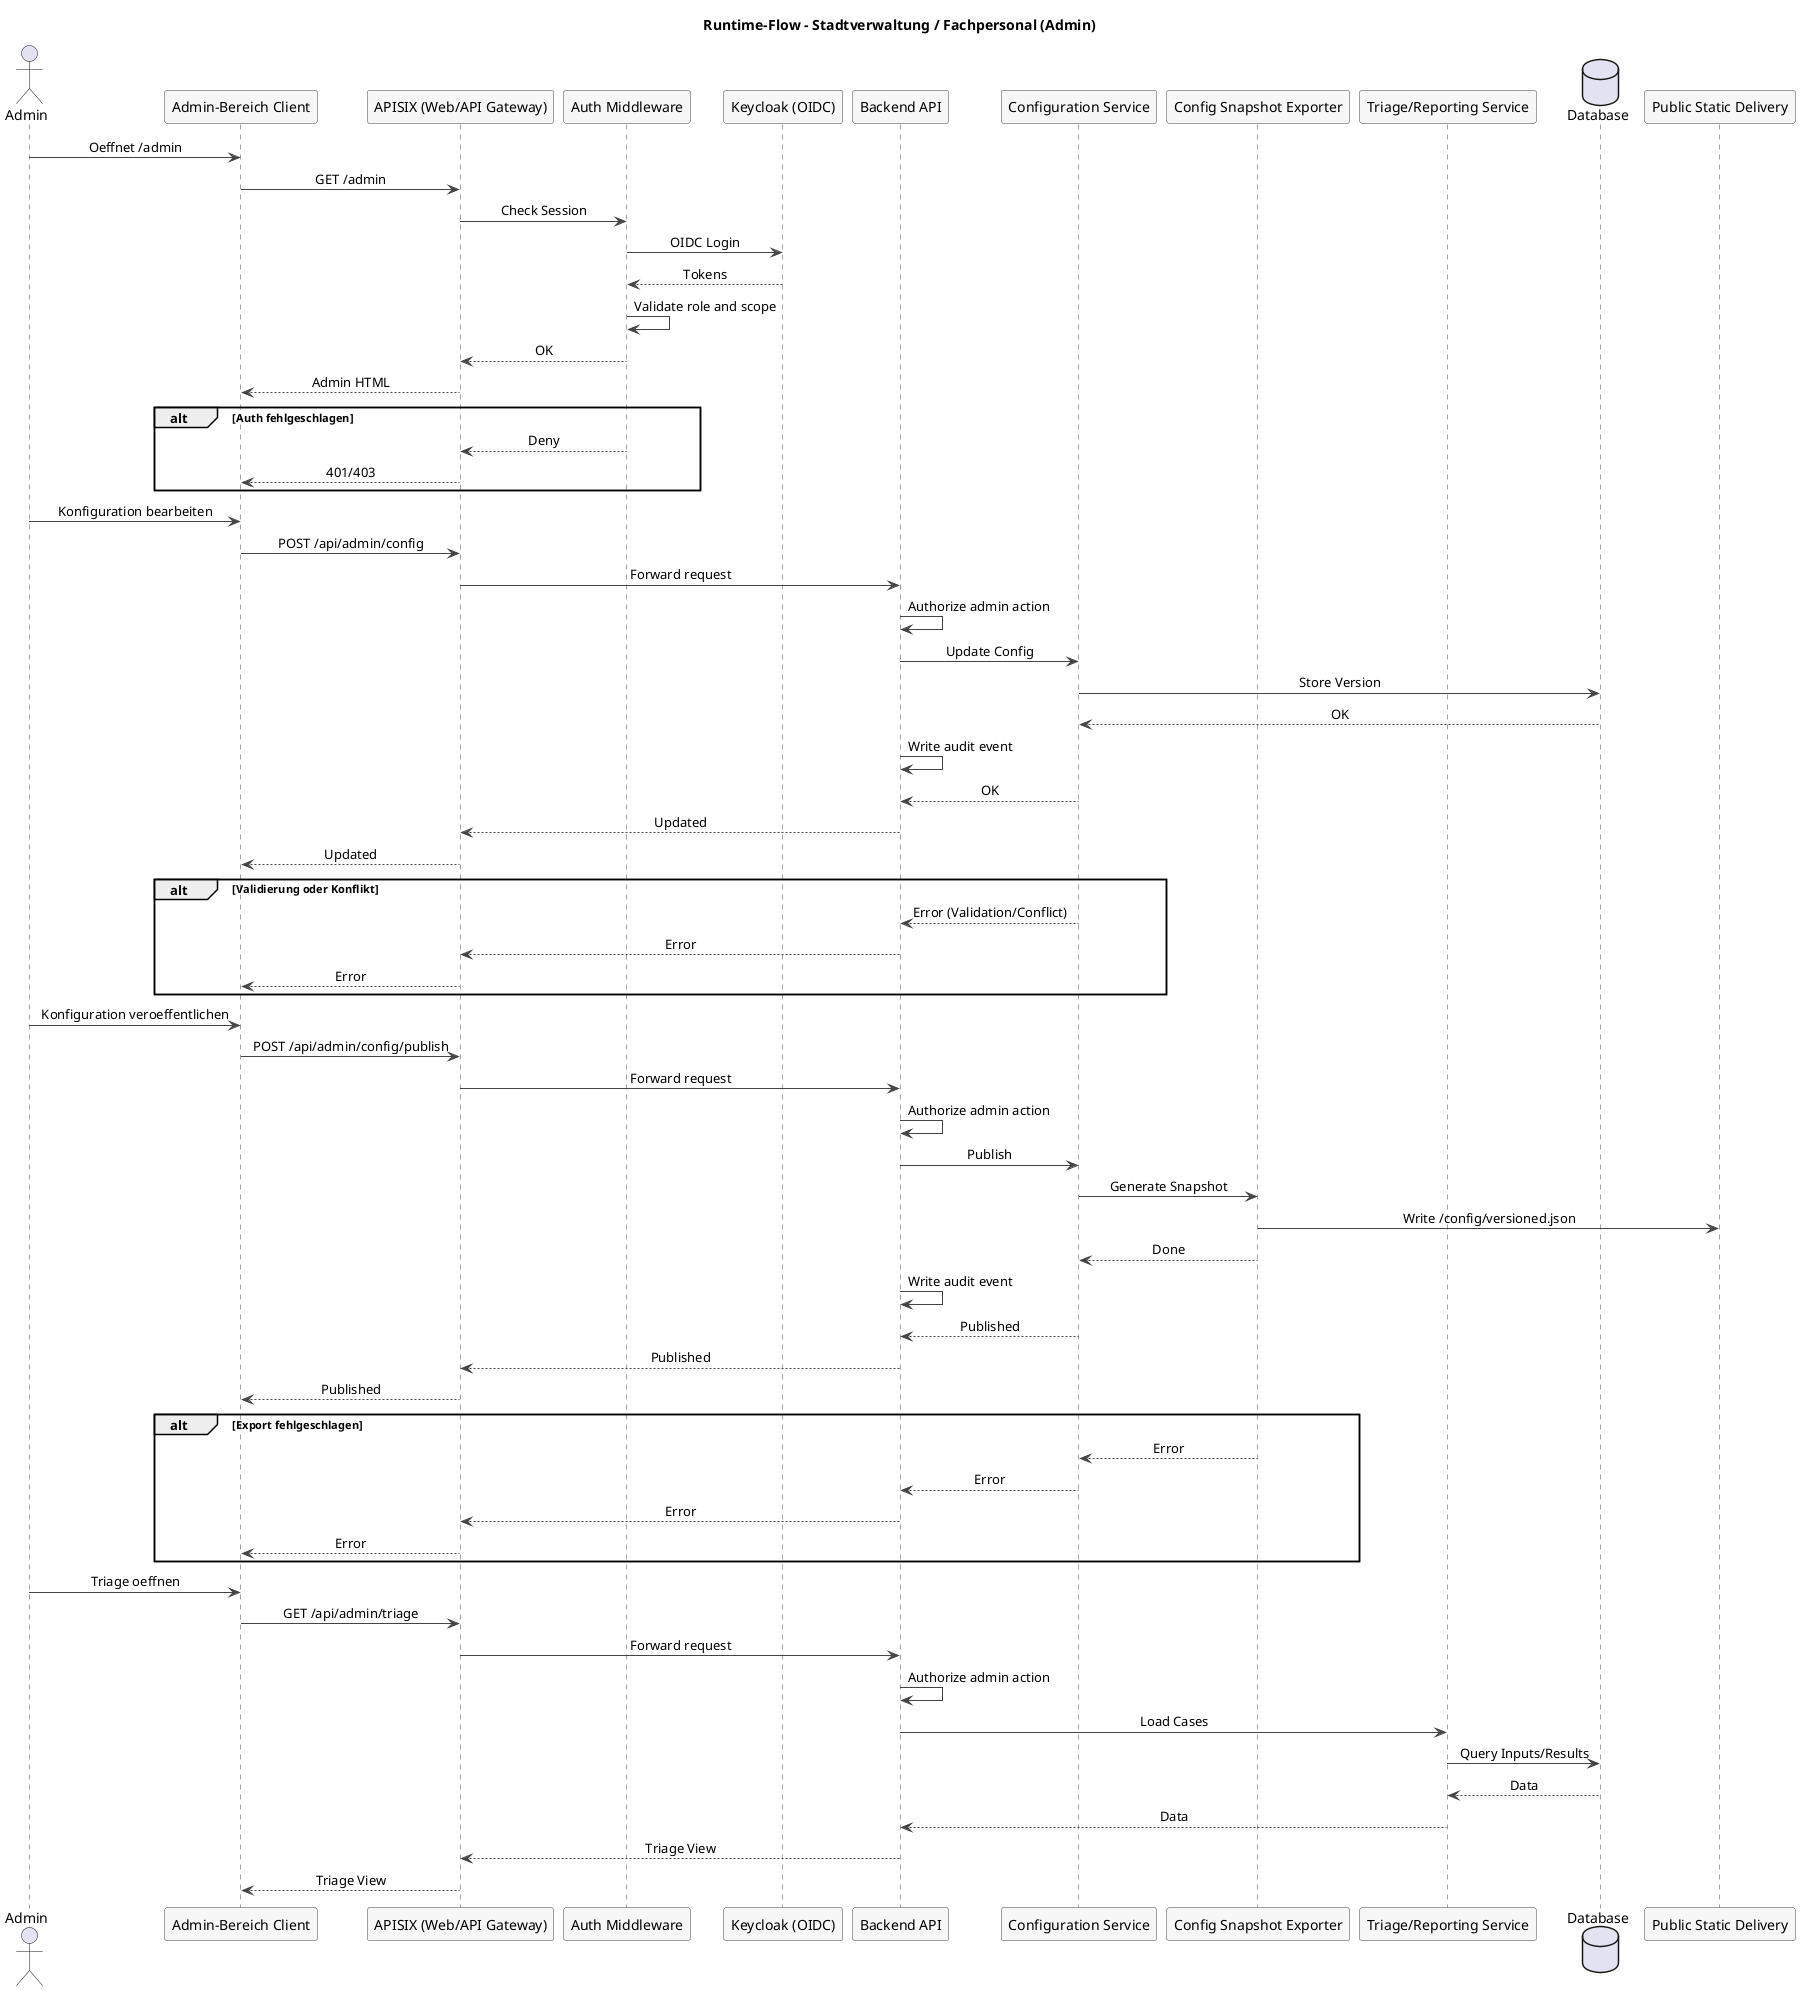
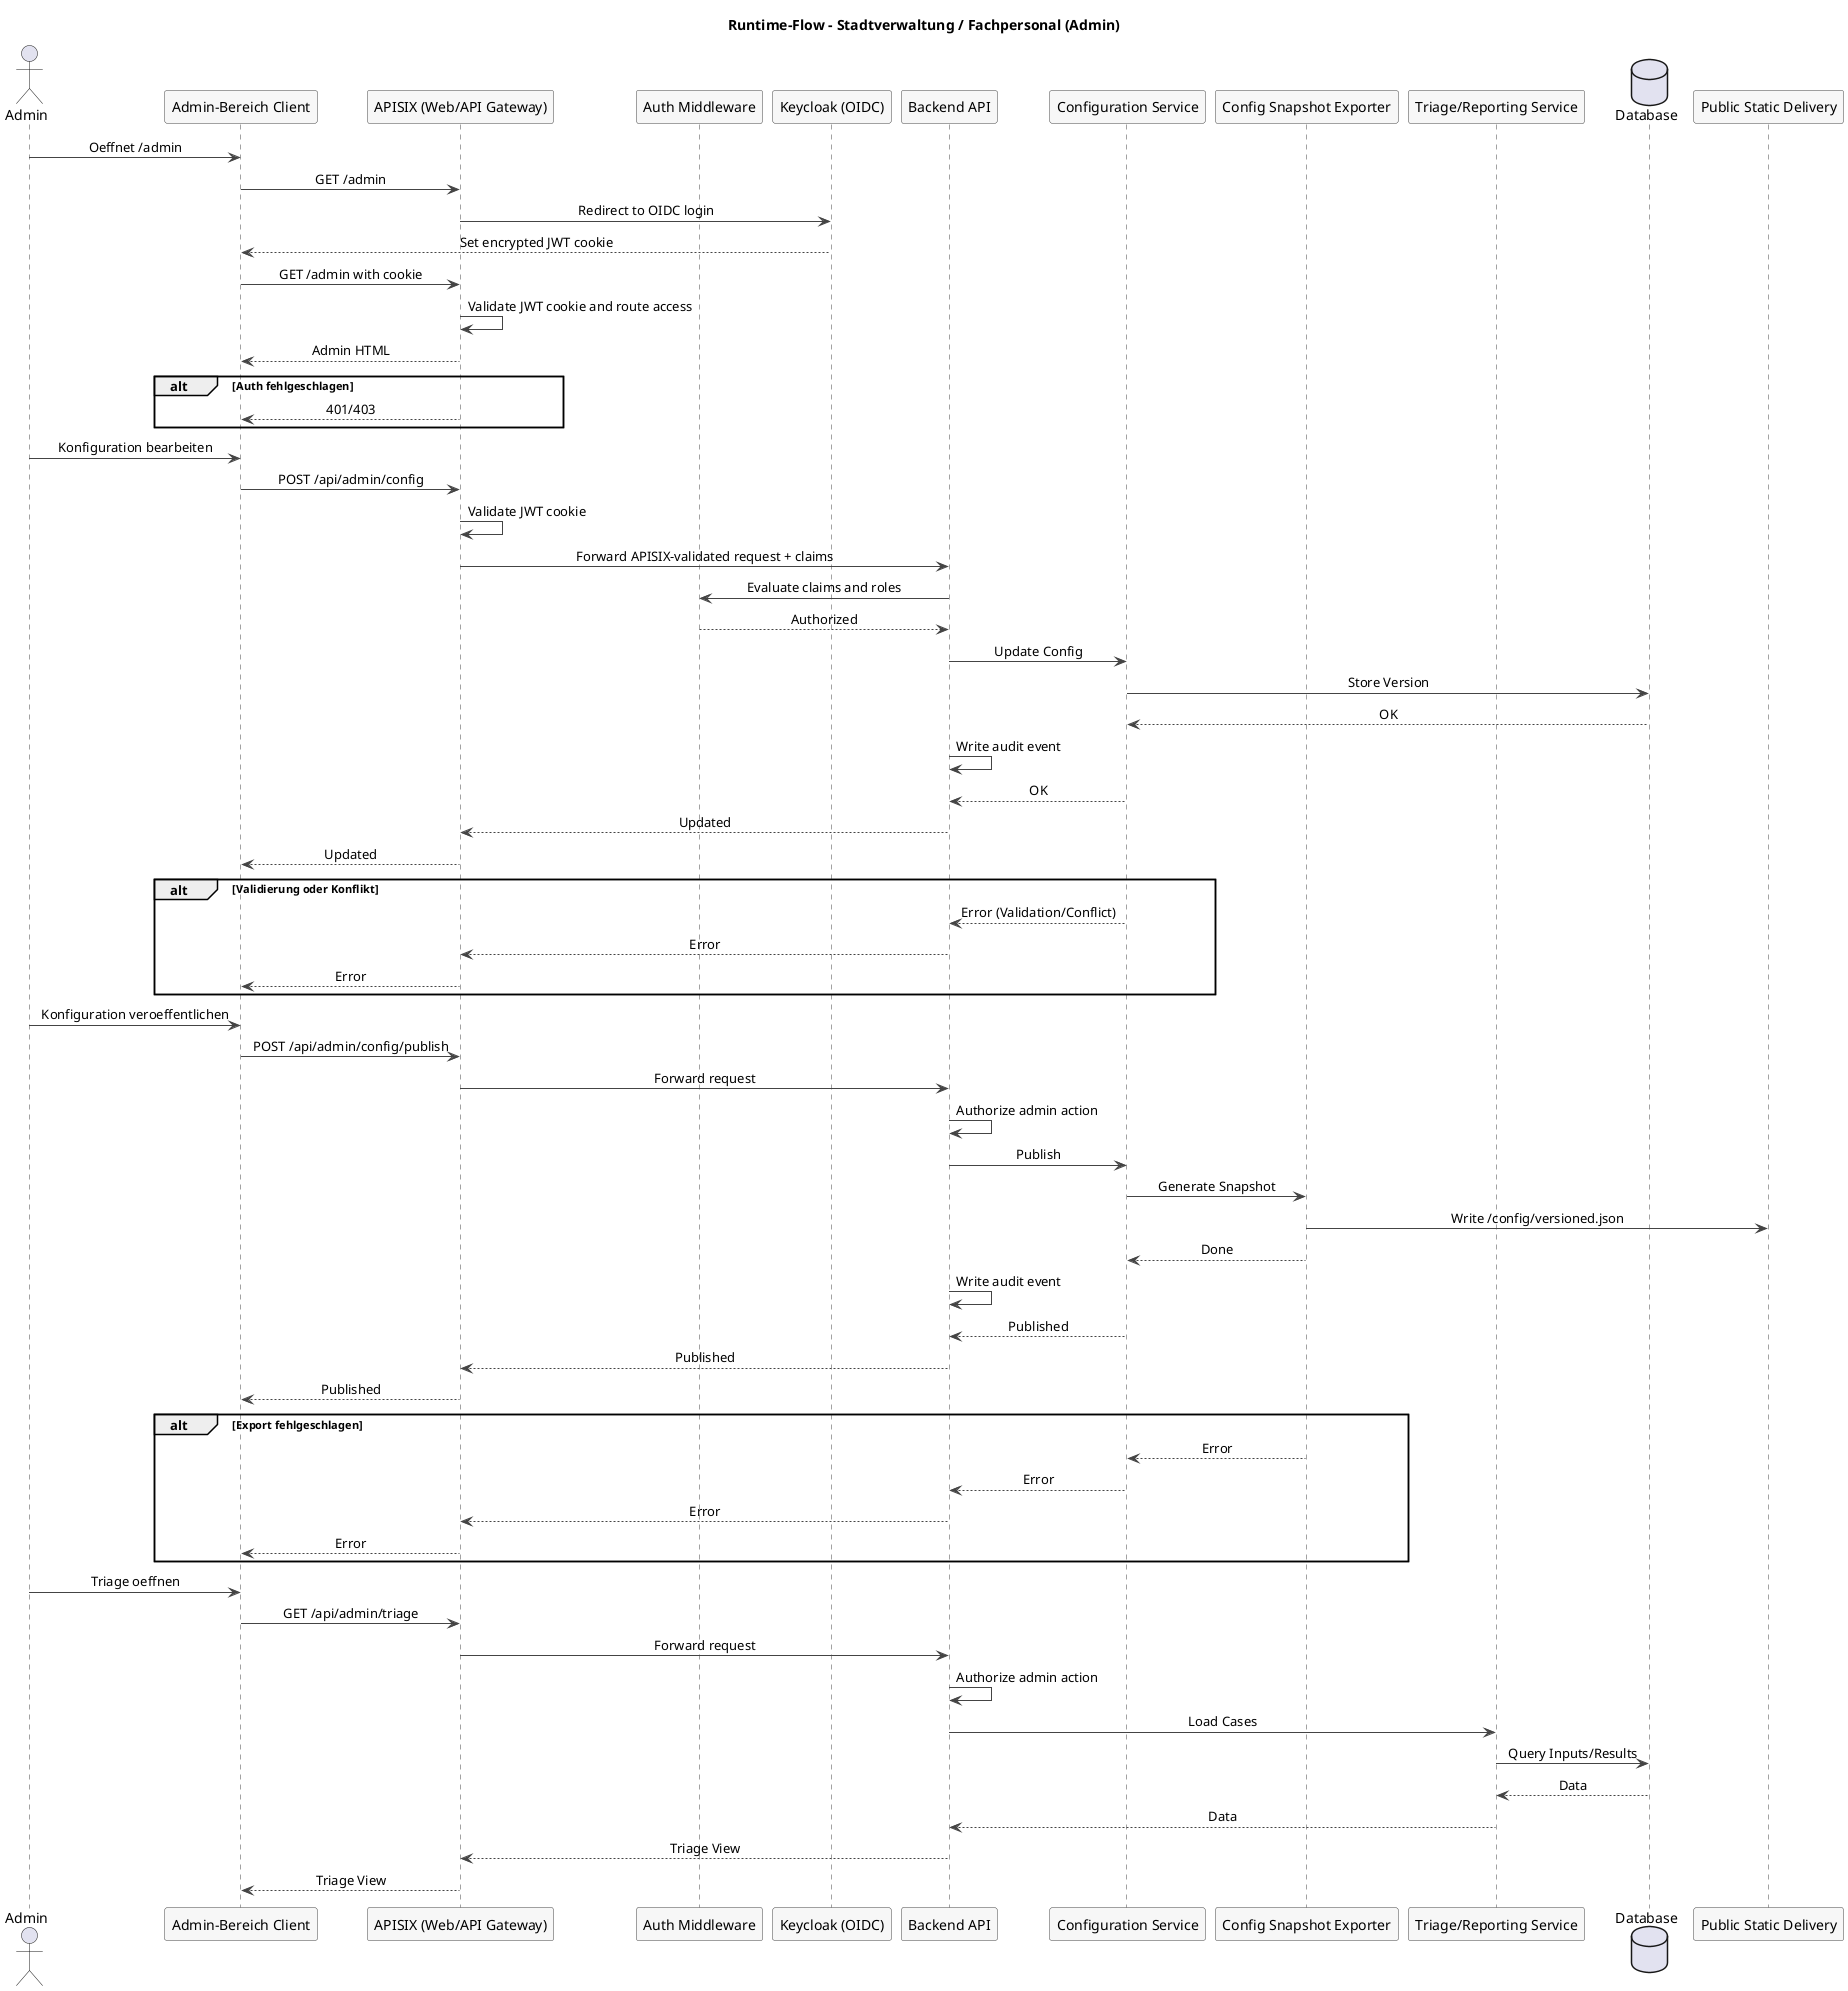
﻿@startuml
skinparam sequenceMessageAlign center
skinparam responseMessageBelowArrow true
skinparam sequence {
  ParticipantBorderColor #444444
  ParticipantBackgroundColor #F7F7F7
  LifeLineBorderColor #444444
  ArrowColor #444444
  NoteBorderColor #444444
  NoteBackgroundColor #F7F7F7
}

title Runtime-Flow - Stadtverwaltung / Fachpersonal (Admin)

actor Admin as admin
participant "Admin-Bereich Client" as client
participant "APISIX (Web/API Gateway)" as gateway
participant "Auth Middleware" as auth
participant "Keycloak (OIDC)" as keycloak
participant "Backend API" as api
participant "Configuration Service" as config
participant "Config Snapshot Exporter" as export
participant "Triage/Reporting Service" as triage
database "Database" as db
participant "Public Static Delivery" as public_static

admin -> client: Oeffnet /admin
client -> gateway: GET /admin
- gateway -> auth: Check Session
- auth -> keycloak: OIDC Login
- keycloak --> auth: Tokens
- auth -> auth: Validate role and scope
- auth --> gateway: OK
+ gateway -> keycloak: Redirect to OIDC login
+ keycloak --> client: Set encrypted JWT cookie
+ client -> gateway: GET /admin with cookie
+ gateway -> gateway: Validate JWT cookie and route access
gateway --> client: Admin HTML

alt Auth fehlgeschlagen
-   auth --> gateway: Deny
  gateway --> client: 401/403
end

admin -> client: Konfiguration bearbeiten
client -> gateway: POST /api/admin/config
- gateway -> api: Forward request
- api -> api: Authorize admin action
+ gateway -> gateway: Validate JWT cookie
+ gateway -> api: Forward APISIX-validated request + claims
+ api -> auth: Evaluate claims and roles
+ auth --> api: Authorized
api -> config: Update Config
config -> db: Store Version
db --> config: OK
api -> api: Write audit event
config --> api: OK
api --> gateway: Updated
gateway --> client: Updated

alt Validierung oder Konflikt
  config --> api: Error (Validation/Conflict)
  api --> gateway: Error
  gateway --> client: Error
end

admin -> client: Konfiguration veroeffentlichen
client -> gateway: POST /api/admin/config/publish
gateway -> api: Forward request
api -> api: Authorize admin action
api -> config: Publish
config -> export: Generate Snapshot
export -> public_static: Write /config/versioned.json
export --> config: Done
api -> api: Write audit event
config --> api: Published
api --> gateway: Published
gateway --> client: Published

alt Export fehlgeschlagen
  export --> config: Error
  config --> api: Error
  api --> gateway: Error
  gateway --> client: Error
end

admin -> client: Triage oeffnen
client -> gateway: GET /api/admin/triage
gateway -> api: Forward request
api -> api: Authorize admin action
api -> triage: Load Cases
triage -> db: Query Inputs/Results
db --> triage: Data
triage --> api: Data
api --> gateway: Triage View
gateway --> client: Triage View

@enduml
